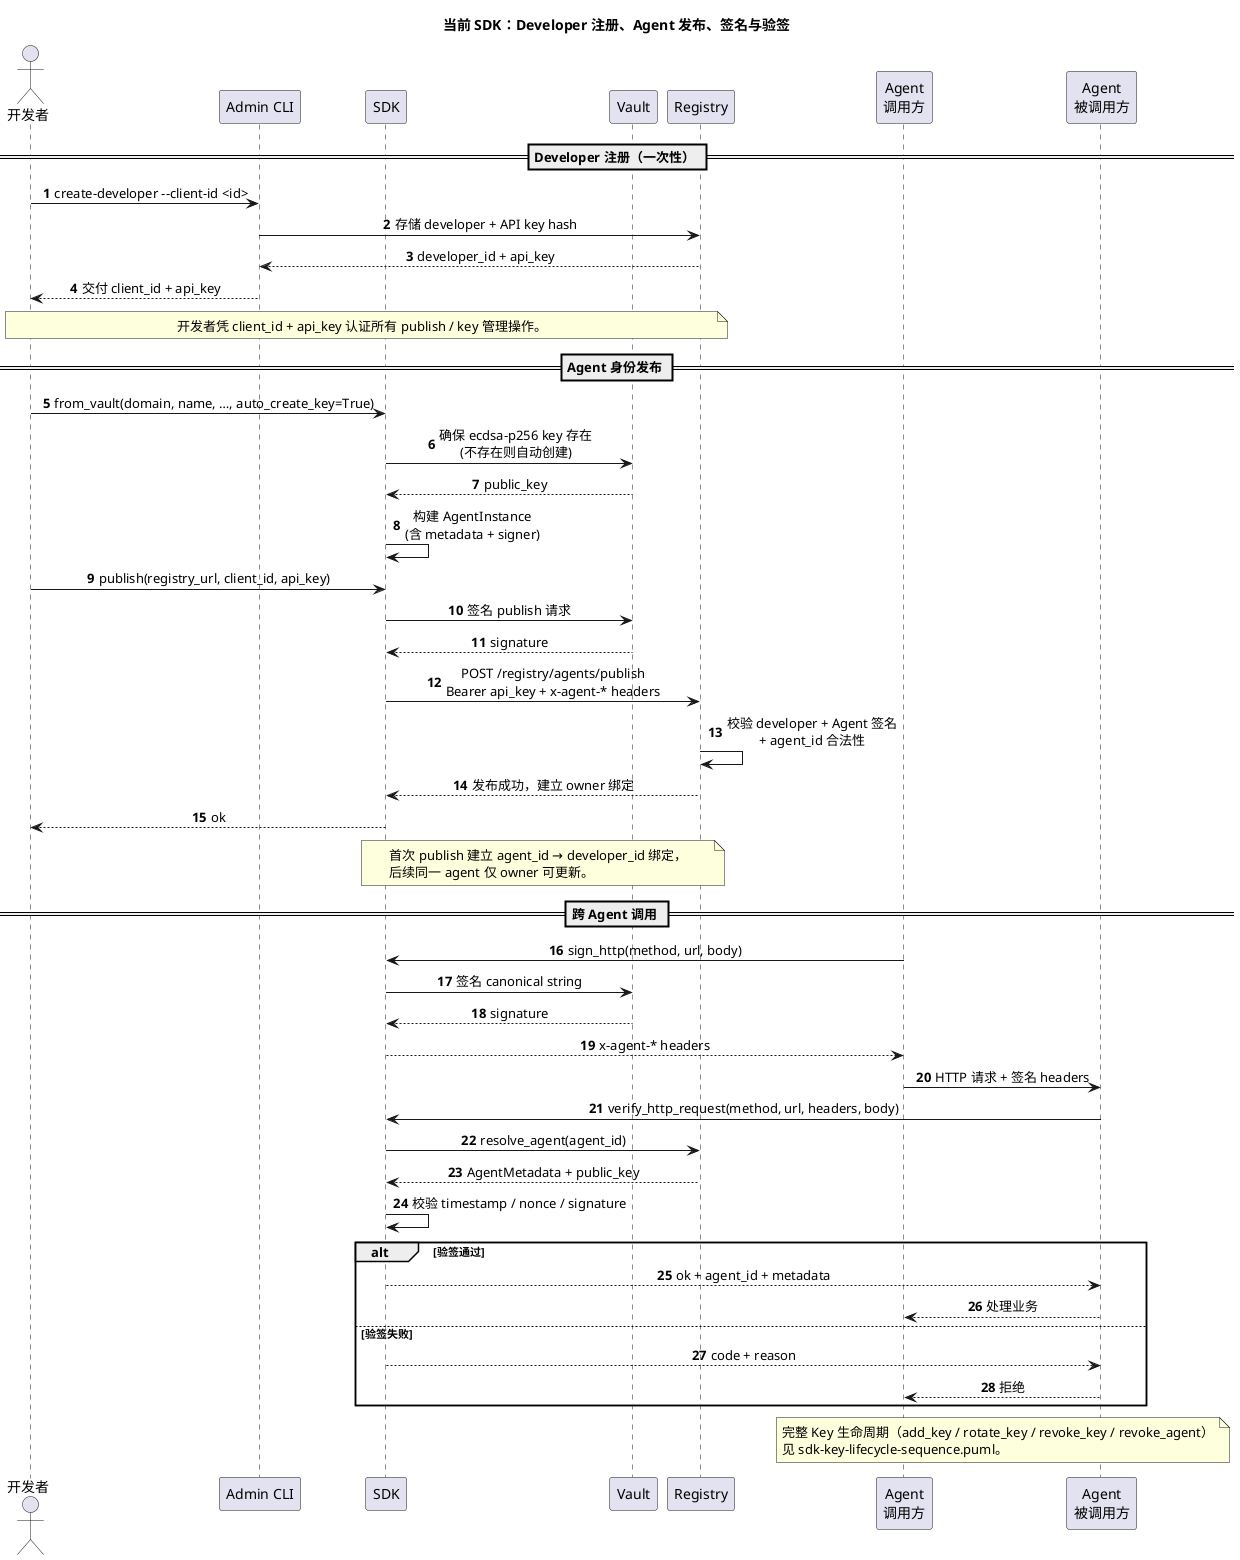
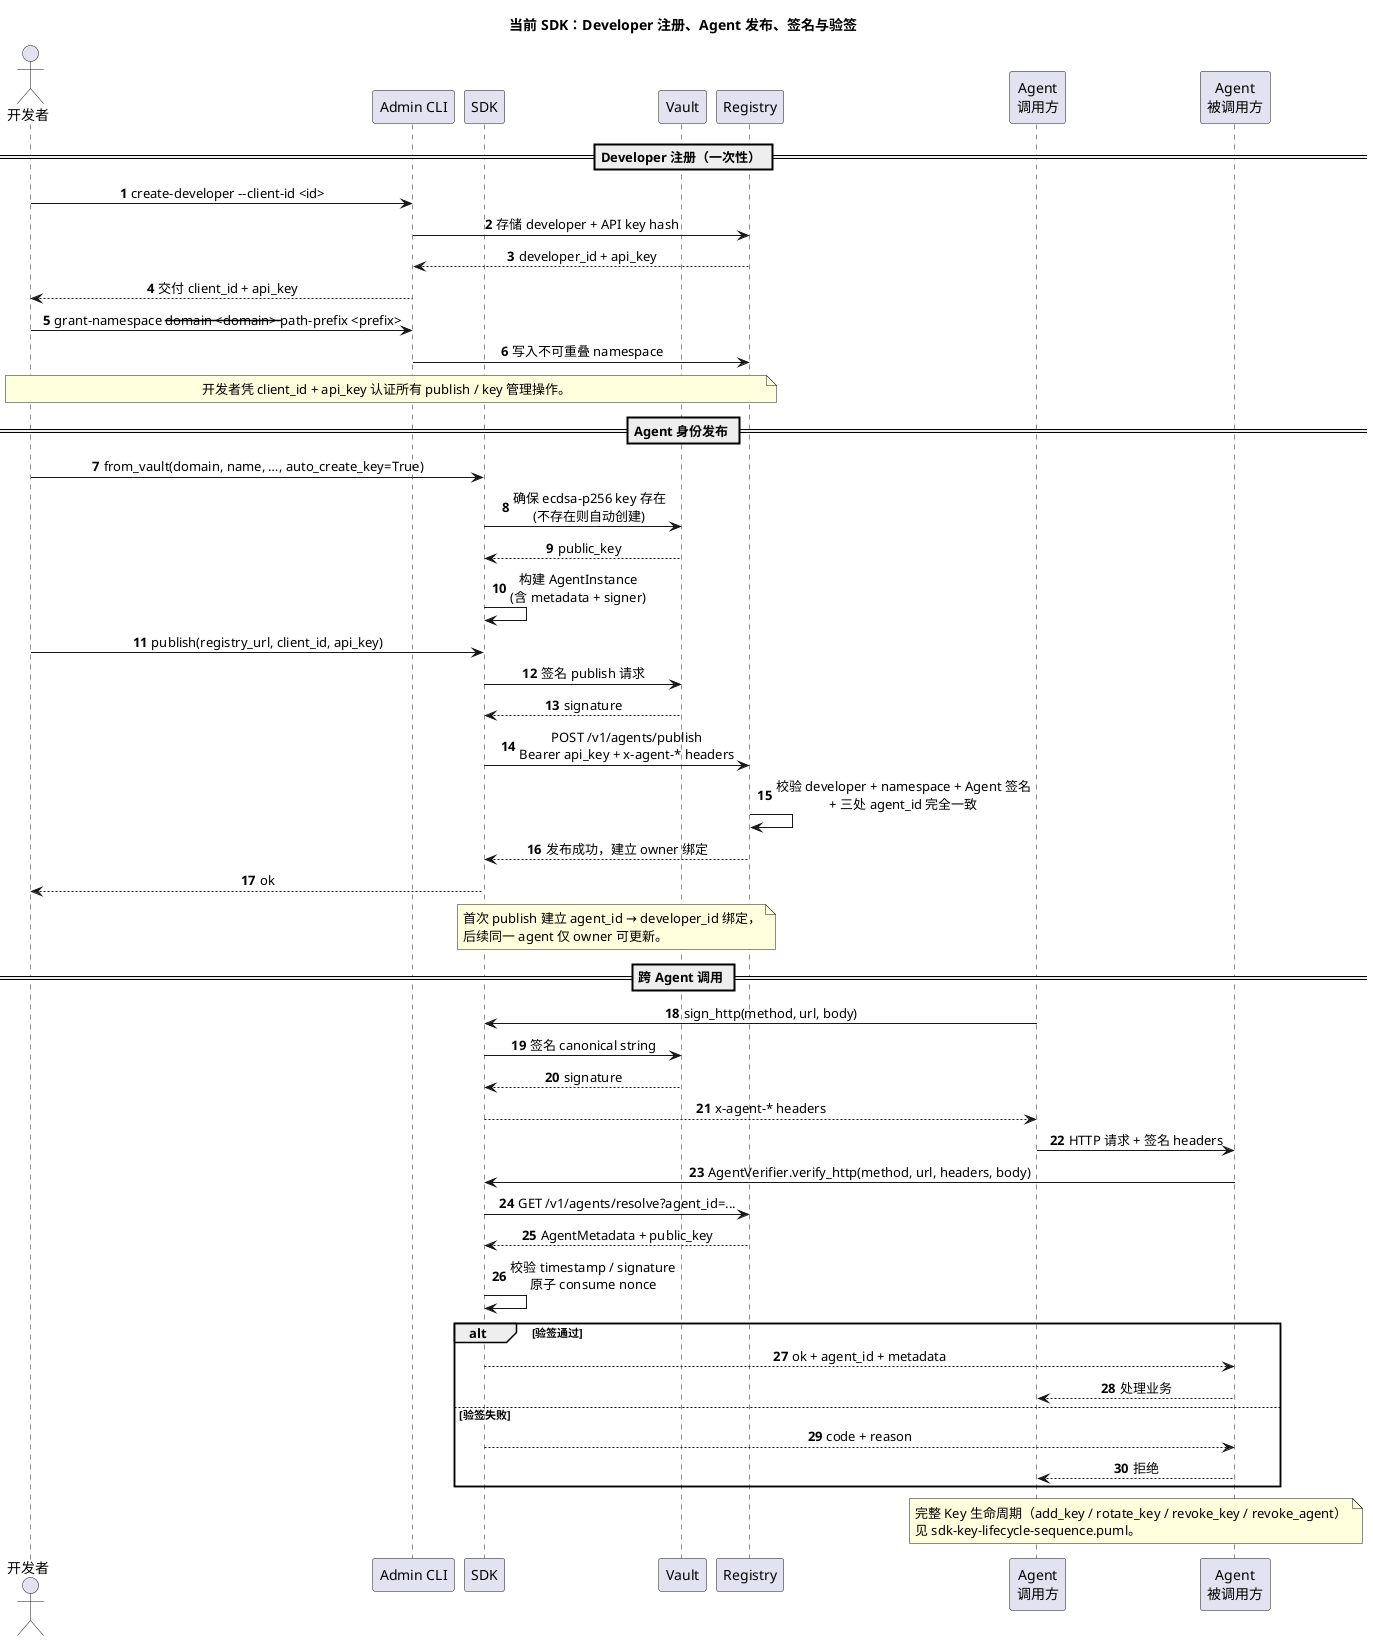
@startuml
title 当前 SDK：Developer 注册、Agent 发布、签名与验签

skinparam shadowing false
skinparam sequenceMessageAlign center
skinparam responseMessageBelowArrow true

<style>
  participant { Padding 28 }
  box { Padding 10 }
</style>

autonumber

actor "开发者" as Dev
participant "Admin CLI" as Admin
participant "SDK" as SDK
participant "Vault" as Vault
participant "Registry" as Registry
participant "Agent\n调用方" as Caller
participant "Agent\n被调用方" as Callee

== Developer 注册（一次性） ==

Dev -> Admin : create-developer --client-id <id>
Admin -> Registry : 存储 developer + API key hash
Registry --> Admin : developer_id + api_key
Admin --> Dev : 交付 client_id + api_key
+ Dev -> Admin : grant-namespace --domain <domain> --path-prefix <prefix>
+ Admin -> Registry : 写入不可重叠 namespace

note over Dev, Registry
开发者凭 client_id + api_key 认证所有 publish / key 管理操作。
end note

== Agent 身份发布 ==

Dev -> SDK : from_vault(domain, name, …, auto_create_key=True)
SDK -> Vault : 确保 ecdsa-p256 key 存在\n(不存在则自动创建)
Vault --> SDK : public_key
SDK -> SDK : 构建 AgentInstance\n(含 metadata + signer)

Dev -> SDK : publish(registry_url, client_id, api_key)
SDK -> Vault : 签名 publish 请求
Vault --> SDK : signature
- SDK -> Registry : POST /registry/agents/publish\nBearer api_key + x-agent-* headers
- Registry -> Registry : 校验 developer + Agent 签名\n+ agent_id 合法性
+ SDK -> Registry : POST /v1/agents/publish\nBearer api_key + x-agent-* headers
+ Registry -> Registry : 校验 developer + namespace + Agent 签名\n+ 三处 agent_id 完全一致
Registry --> SDK : 发布成功，建立 owner 绑定
SDK --> Dev : ok

note over SDK, Registry
首次 publish 建立 agent_id → developer_id 绑定，
后续同一 agent 仅 owner 可更新。
end note

== 跨 Agent 调用 ==

Caller -> SDK : sign_http(method, url, body)
SDK -> Vault : 签名 canonical string
Vault --> SDK : signature
SDK --> Caller : x-agent-* headers

Caller -> Callee : HTTP 请求 + 签名 headers

- Callee -> SDK : verify_http_request(method, url, headers, body)
- SDK -> Registry : resolve_agent(agent_id)
+ Callee -> SDK : AgentVerifier.verify_http(method, url, headers, body)
+ SDK -> Registry : GET /v1/agents/resolve?agent_id=...
Registry --> SDK : AgentMetadata + public_key
- SDK -> SDK : 校验 timestamp / nonce / signature
+ SDK -> SDK : 校验 timestamp / signature\n原子 consume nonce

alt 验签通过
    SDK --> Callee : ok + agent_id + metadata
    Callee --> Caller : 处理业务
else 验签失败
    SDK --> Callee : code + reason
    Callee --> Caller : 拒绝
end

note over Caller, Callee
完整 Key 生命周期（add_key / rotate_key / revoke_key / revoke_agent）
见 sdk-key-lifecycle-sequence.puml。
end note

@enduml
